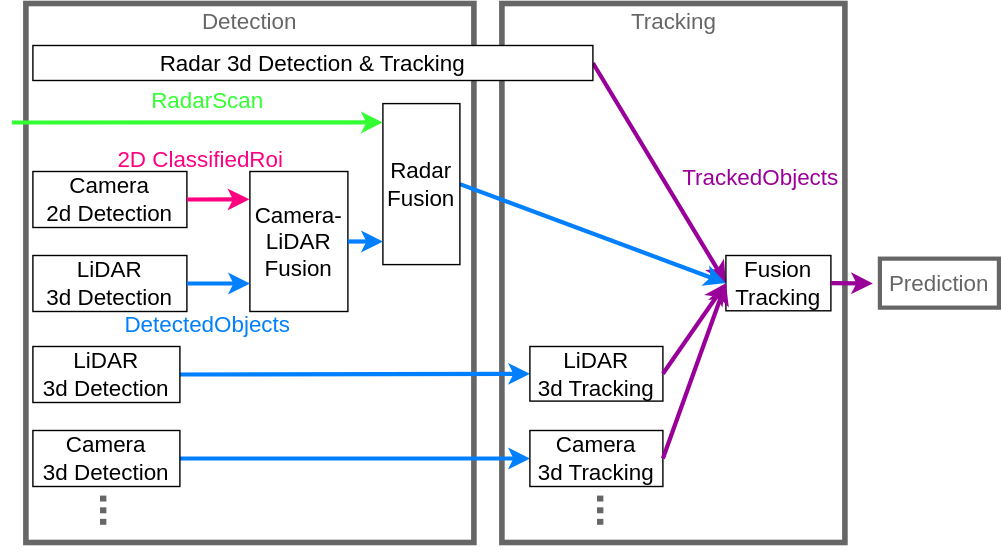
Above: perception/figure/perception_pipeline.drawio.svg in scepter914/autoware-architecture-proposal (draw.io), before the change. Source tidied: cells renumbered, new cells last; positions are measured from the earlier drawing's top-left corner, leaving out a move shared by most shapes.
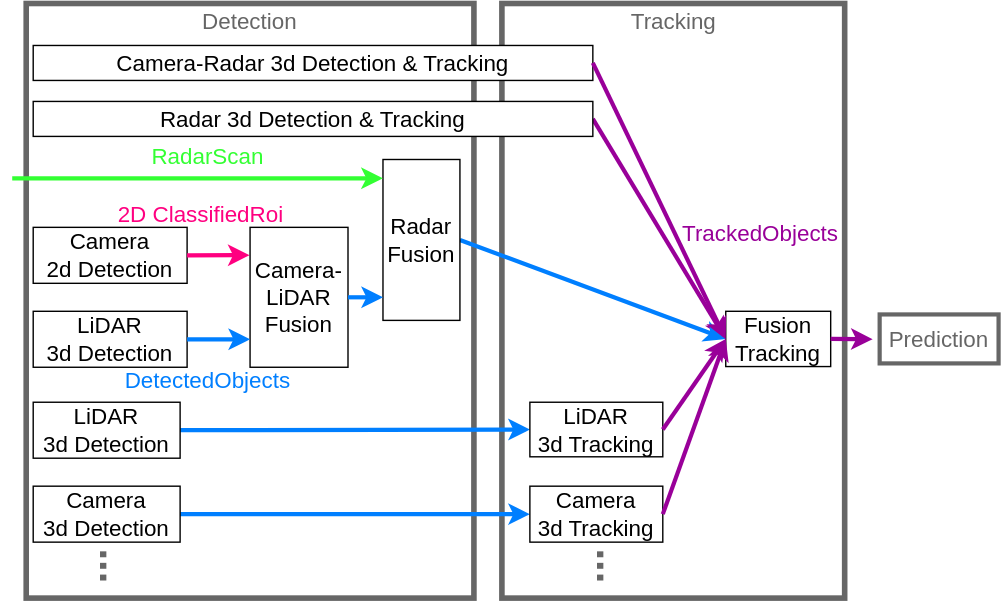
Later version of the same file.

The edit, as a diff of the source:
```diff
@@ -3,13 +3,13 @@
     <mxCell id="0" />
     <mxCell id="1" parent="0" />
     <mxCell id="2" style="rounded=0;whiteSpace=wrap;html=1;fontSize=16;fontColor=#007FFF;strokeColor=#666666;strokeWidth=4;fillColor=none;" parent="1" vertex="1">
-      <mxGeometry x="350" width="245" height="385" as="geometry" />
+      <mxGeometry x="350" y="-40" width="245" height="425" as="geometry" />
     </mxCell>
     <mxCell id="3" style="endArrow=classic;html=1;exitX=1;exitY=0.5;exitDx=0;exitDy=0;strokeWidth=3;strokeColor=#990099;entryX=0;entryY=0.5;entryDx=0;entryDy=0;" parent="1" edge="1" source="8" target="16">
       <mxGeometry relative="1" as="geometry" />
     </mxCell>
     <mxCell id="4" style="rounded=0;whiteSpace=wrap;html=1;fontSize=16;fontColor=#007FFF;strokeColor=#666666;strokeWidth=4;fillColor=none;" parent="1" vertex="1">
-      <mxGeometry x="10" width="320" height="385" as="geometry" />
+      <mxGeometry x="10" y="-40" width="320" height="425" as="geometry" />
     </mxCell>
     <mxCell id="5" style="endArrow=classic;html=1;exitX=1;exitY=0.5;exitDx=0;exitDy=0;strokeWidth=3;strokeColor=#007FFF;entryX=0;entryY=0.5;entryDx=0;entryDy=0;" parent="1" edge="1" source="12" target="14">
       <mxGeometry relative="1" as="geometry" />
@@ -68,10 +68,10 @@
       <mxGeometry x="265" y="71.5" width="55" height="115" as="geometry" />
     </mxCell>
     <mxCell id="23" value="&lt;font color=&quot;#666666&quot;&gt;Detection&lt;/font&gt;" style="text;html=1;strokeColor=none;fillColor=none;align=center;verticalAlign=middle;whiteSpace=wrap;rounded=0;fontSize=16;fontColor=#007FFF;" parent="1" vertex="1">
-      <mxGeometry x="140" width="60" height="25" as="geometry" />
+      <mxGeometry x="140" y="-40" width="60" height="25" as="geometry" />
     </mxCell>
     <mxCell id="24" value="&lt;font color=&quot;#666666&quot;&gt;Tracking&lt;/font&gt;" style="text;html=1;strokeColor=none;fillColor=none;align=center;verticalAlign=middle;whiteSpace=wrap;rounded=0;fontSize=16;fontColor=#007FFF;" parent="1" vertex="1">
-      <mxGeometry x="442.5" width="60" height="25" as="geometry" />
+      <mxGeometry x="442.5" y="-40" width="60" height="25" as="geometry" />
     </mxCell>
     <mxCell id="25" value="&lt;font style=&quot;font-size: 16px&quot;&gt;&lt;font style=&quot;font-size: 16px&quot; color=&quot;#33ff33&quot;&gt;RadarScan&lt;/font&gt;&lt;br&gt;&lt;/font&gt;" style="text;html=1;strokeColor=none;fillColor=none;align=center;verticalAlign=middle;whiteSpace=wrap;rounded=0;fontSize=15;" parent="1" vertex="1">
       <mxGeometry x="85" y="60" width="110" height="18" as="geometry" />
@@ -106,5 +106,13 @@
     <mxCell id="33" value="&lt;font color=&quot;#666666&quot;&gt;Prediction&lt;/font&gt;" style="text;html=1;strokeColor=#666666;fillColor=none;align=center;verticalAlign=middle;whiteSpace=wrap;rounded=0;fontSize=16;fontColor=#007FFF;strokeWidth=3;" parent="1" vertex="1">
       <mxGeometry x="620" y="182.2" width="85" height="35" as="geometry" />
     </mxCell>
+    <mxCell id="34" value="&lt;div&gt;&lt;span style=&quot;font-size: 16px&quot;&gt;Camera-Radar 3d Detection &amp;amp; Tracking&lt;/span&gt;&lt;/div&gt;" style="rounded=0;whiteSpace=wrap;html=1;align=center;" parent="1" vertex="1">
+      <mxGeometry x="15" y="-10" width="400" height="25" as="geometry" />
+    </mxCell>
+    <mxCell id="35" style="endArrow=classic;html=1;exitX=1;exitY=0.5;exitDx=0;exitDy=0;strokeWidth=3;strokeColor=#990099;" parent="1" edge="1" source="34">
+      <mxGeometry relative="1" as="geometry">
+        <mxPoint x="510" y="200" as="targetPoint" />
+      </mxGeometry>
+    </mxCell>
   </root>
 </mxGraphModel>
```
